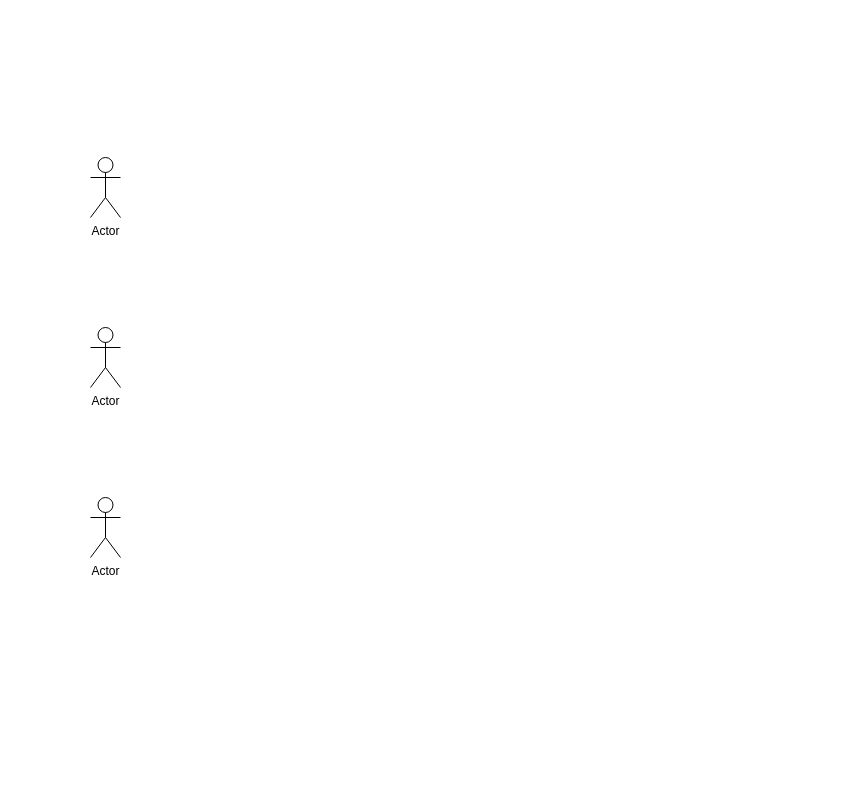
fatkhulyakaria/Muhamad-Fatkhul-Yakaria_Kelompok-12 keeps this draw.io diagram as Untitled Diagram.drawio. Above is the earlier version. Source tidied: cells renumbered, new cells numbered last; positions are measured from the earlier drawing's top-left corner, leaving out a move shared by most shapes. Both pictures are drawn from the tidied source at 100%, with x=0, y=0 at pixel (90, 157).
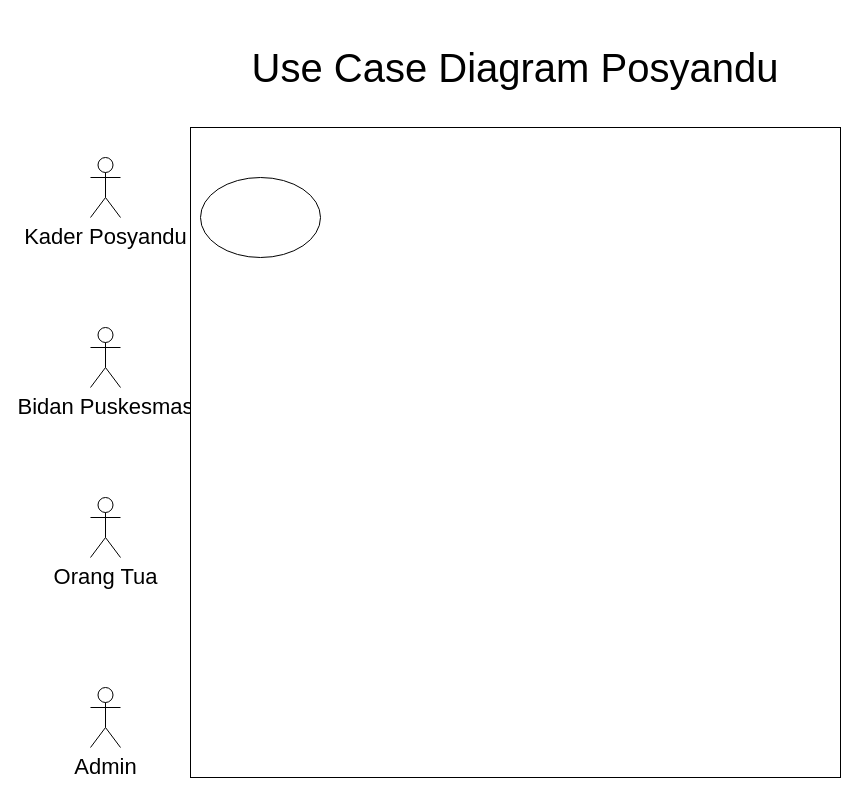
The same page after the edit.

What changed in the source:
```diff
@@
 <mxGraphModel>
   <root>
     <mxCell id="0" />
     <mxCell id="1" parent="0" />
-    <mxCell id="2" value="Actor" style="shape=umlActor;verticalLabelPosition=bottom;verticalAlign=top;html=1;" parent="1" vertex="1">
+    <mxCell id="2" value="&lt;font style=&quot;font-size: 22px;&quot;&gt;Kader Posyandu&lt;/font&gt;" style="shape=umlActor;verticalLabelPosition=bottom;verticalAlign=top;html=1;" parent="1" vertex="1">
       <mxGeometry width="30" height="60" as="geometry" />
     </mxCell>
-    <mxCell id="3" value="Actor" style="shape=umlActor;verticalLabelPosition=bottom;verticalAlign=top;html=1;" parent="1" vertex="1">
+    <mxCell id="3" value="&lt;font style=&quot;font-size: 22px;&quot;&gt;Bidan Puskesmas&lt;/font&gt;" style="shape=umlActor;verticalLabelPosition=bottom;verticalAlign=top;html=1;" parent="1" vertex="1">
       <mxGeometry y="170" width="30" height="60" as="geometry" />
     </mxCell>
-    <mxCell id="4" value="Actor" style="shape=umlActor;verticalLabelPosition=bottom;verticalAlign=top;html=1;" parent="1" vertex="1">
+    <mxCell id="4" value="&lt;font style=&quot;font-size: 22px;&quot;&gt;Orang Tua&lt;/font&gt;" style="shape=umlActor;verticalLabelPosition=bottom;verticalAlign=top;html=1;" parent="1" vertex="1">
       <mxGeometry y="340" width="30" height="60" as="geometry" />
     </mxCell>
+    <mxCell id="5" value="&lt;font style=&quot;font-size: 22px;&quot;&gt;Admin&lt;/font&gt;" style="shape=umlActor;verticalLabelPosition=bottom;verticalAlign=top;html=1;" parent="1" vertex="1">
+      <mxGeometry y="530" width="30" height="60" as="geometry" />
+    </mxCell>
+    <mxCell id="6" style="whiteSpace=wrap;html=1;" parent="1" vertex="1">
+      <mxGeometry x="100" y="-30" width="650" height="650" as="geometry" />
+    </mxCell>
+    <mxCell id="7" value="&lt;font style=&quot;font-size: 40px;&quot;&gt;Use Case Diagram Posyandu&lt;/font&gt;" style="text;html=1;align=center;verticalAlign=middle;whiteSpace=wrap;rounded=0;" parent="1" vertex="1">
+      <mxGeometry x="140" y="-140" width="570" height="100" as="geometry" />
+    </mxCell>
+    <mxCell id="8" style="ellipse;whiteSpace=wrap;html=1;" parent="1" vertex="1">
+      <mxGeometry x="110" y="20" width="120" height="80" as="geometry" />
+    </mxCell>
   </root>
 </mxGraphModel>
```
